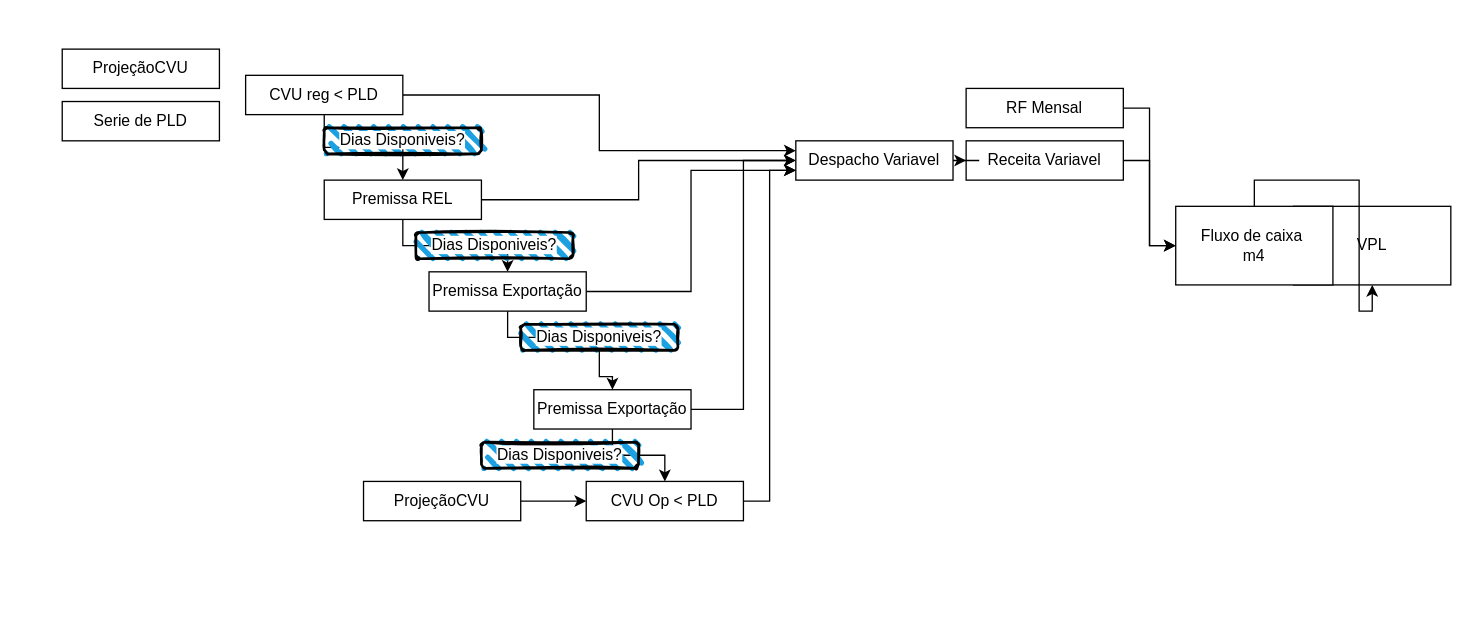
thais-alves-carvalho/thaisalves keeps this draw.io diagram as CO.drawio. Above is the earlier version. Source tidied: cells renumbered, new cells numbered last; positions are measured from the earlier drawing's top-left corner, leaving out a move shared by most shapes. Both pictures are drawn from the tidied source at 131%, with x=0, y=0 at pixel (62, 48).
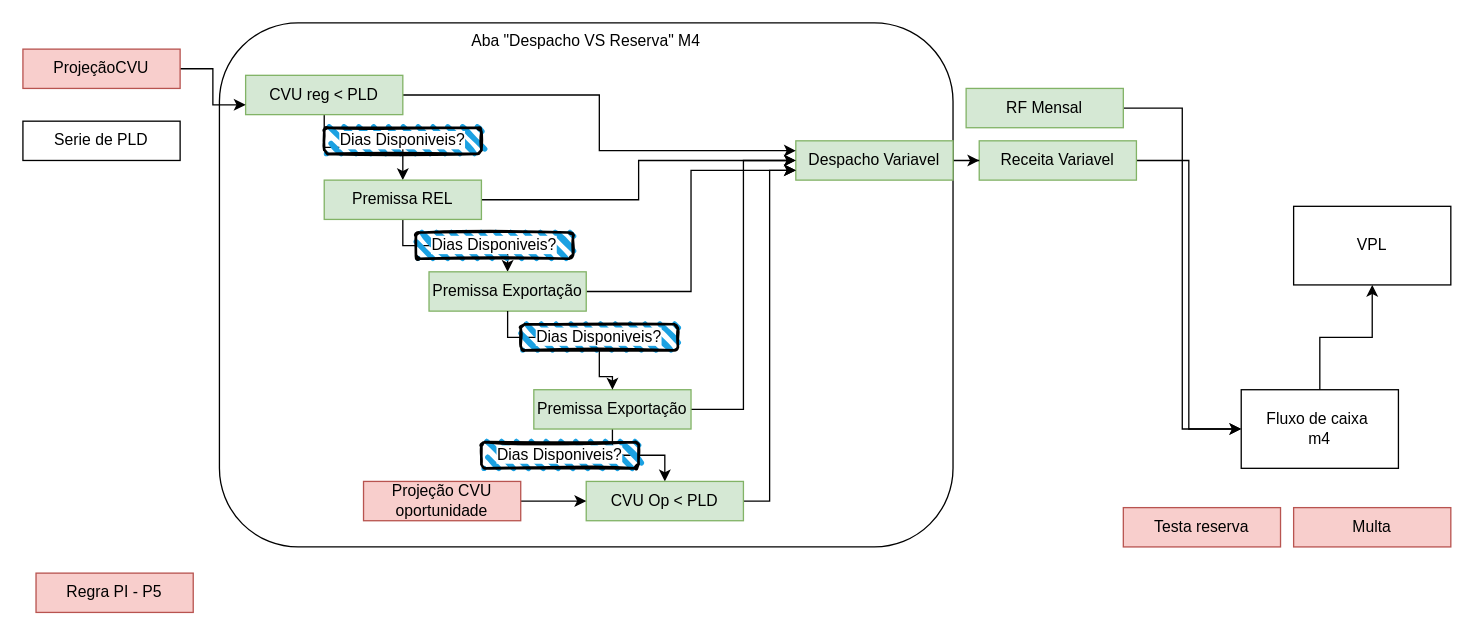
The same page after the edit.

Change to the diagram source:
```diff
@@
+    <mxCell id="34" value="Aba &quot;Despacho VS Reserva&quot; M4" style="rounded=1;whiteSpace=wrap;html=1;verticalAlign=top;" parent="1" vertex="1">
+      <mxGeometry x="120" y="-20" width="560" height="400" as="geometry" />
+    </mxCell>
@@
     <mxCell id="4" value="Fluxo de caixa&amp;nbsp;&lt;div&gt;m4&lt;/div&gt;" style="rounded=0;whiteSpace=wrap;html=1;" parent="1" vertex="1">
-      <mxGeometry x="850" y="120" width="120" height="60" as="geometry" />
+      <mxGeometry x="900" y="260" width="120" height="60" as="geometry" />
     </mxCell>
@@
-    <mxCell id="6" value="RF Mensal" style="rounded=0;whiteSpace=wrap;html=1;" parent="1" vertex="1">
+    <mxCell id="6" value="RF Mensal" style="rounded=0;whiteSpace=wrap;html=1;fillColor=#d5e8d4;strokeColor=#82b366;" parent="1" vertex="1">
       <mxGeometry x="690" y="30" width="120" height="30" as="geometry" />
     </mxCell>
@@
-    <mxCell id="8" value="Receita Variavel" style="rounded=0;whiteSpace=wrap;html=1;" parent="1" vertex="1">
-      <mxGeometry x="690" y="70" width="120" height="30" as="geometry" />
+    <mxCell id="8" value="Receita Variavel" style="rounded=0;whiteSpace=wrap;html=1;fillColor=#d5e8d4;strokeColor=#82b366;" parent="1" vertex="1">
+      <mxGeometry x="700" y="70" width="120" height="30" as="geometry" />
     </mxCell>
@@
-    <mxCell id="10" value="Despacho Variavel" style="rounded=0;whiteSpace=wrap;html=1;" parent="1" vertex="1">
+    <mxCell id="10" value="Despacho Variavel" style="rounded=0;whiteSpace=wrap;html=1;fillColor=#d5e8d4;strokeColor=#82b366;" parent="1" vertex="1">
       <mxGeometry x="560" y="70" width="120" height="30" as="geometry" />
     </mxCell>
@@
-    <mxCell id="13" value="CVU reg &amp;lt; PLD" style="rounded=0;whiteSpace=wrap;html=1;" parent="1" vertex="1">
+    <mxCell id="13" value="CVU reg &amp;lt; PLD" style="rounded=0;whiteSpace=wrap;html=1;fillColor=#d5e8d4;strokeColor=#82b366;" parent="1" vertex="1">
       <mxGeometry x="140" y="20" width="120" height="30" as="geometry" />
     </mxCell>
@@
-    <mxCell id="16" value="Premissa REL" style="rounded=0;whiteSpace=wrap;html=1;" parent="1" vertex="1">
+    <mxCell id="16" value="Premissa REL" style="rounded=0;whiteSpace=wrap;html=1;fillColor=#d5e8d4;strokeColor=#82b366;" parent="1" vertex="1">
       <mxGeometry x="200" y="100" width="120" height="30" as="geometry" />
     </mxCell>
@@
-    <mxCell id="18" value="Premissa Exportação" style="rounded=0;whiteSpace=wrap;html=1;" parent="1" vertex="1">
+    <mxCell id="18" value="Premissa Exportação" style="rounded=0;whiteSpace=wrap;html=1;fillColor=#d5e8d4;strokeColor=#82b366;" parent="1" vertex="1">
       <mxGeometry x="280" y="170" width="120" height="30" as="geometry" />
     </mxCell>
@@
-    <mxCell id="21" value="Premissa Exportação" style="rounded=0;whiteSpace=wrap;html=1;" parent="1" vertex="1">
+    <mxCell id="21" value="Premissa Exportação" style="rounded=0;whiteSpace=wrap;html=1;fillColor=#d5e8d4;strokeColor=#82b366;" parent="1" vertex="1">
       <mxGeometry x="360" y="260" width="120" height="30" as="geometry" />
     </mxCell>
@@
+    <mxCell id="35" style="edgeStyle=orthogonalEdgeStyle;rounded=0;jettySize=auto;html=1;entryX=0;entryY=0.75;entryDx=0;entryDy=0;" parent="1" edge="1" source="27" target="13">
+      <mxGeometry relative="1" as="geometry" />
+    </mxCell>
-    <mxCell id="27" value="ProjeçãoCVU" style="rounded=0;whiteSpace=wrap;html=1;" parent="1" vertex="1">
-      <mxGeometry width="120" height="30" as="geometry" />
+    <mxCell id="27" value="ProjeçãoCVU" style="rounded=0;whiteSpace=wrap;html=1;fillColor=#f8cecc;strokeColor=#b85450;" parent="1" vertex="1">
+      <mxGeometry x="-30" width="120" height="30" as="geometry" />
     </mxCell>
     <mxCell id="28" value="Serie de PLD" style="rounded=0;whiteSpace=wrap;html=1;" parent="1" vertex="1">
-      <mxGeometry y="40" width="120" height="30" as="geometry" />
+      <mxGeometry x="-30" y="55" width="120" height="30" as="geometry" />
     </mxCell>
@@
-    <mxCell id="30" value="CVU Op &amp;lt; PLD" style="rounded=0;whiteSpace=wrap;html=1;" parent="1" vertex="1">
+    <mxCell id="30" value="CVU Op &amp;lt; PLD" style="rounded=0;whiteSpace=wrap;html=1;fillColor=#d5e8d4;strokeColor=#82b366;" parent="1" vertex="1">
       <mxGeometry x="400" y="330" width="120" height="30" as="geometry" />
     </mxCell>
@@
-    <mxCell id="33" value="ProjeçãoCVU" style="rounded=0;whiteSpace=wrap;html=1;" parent="1" vertex="1">
+    <mxCell id="33" value="Projeção CVU&lt;div&gt;oportunidade&lt;/div&gt;" style="rounded=0;whiteSpace=wrap;html=1;fillColor=#f8cecc;strokeColor=#b85450;" parent="1" vertex="1">
       <mxGeometry x="230" y="330" width="120" height="30" as="geometry" />
     </mxCell>
+    <mxCell id="36" value="Testa reserva" style="rounded=0;whiteSpace=wrap;html=1;fillColor=#f8cecc;strokeColor=#b85450;" parent="1" vertex="1">
+      <mxGeometry x="810" y="350" width="120" height="30" as="geometry" />
+    </mxCell>
+    <mxCell id="37" value="Multa" style="rounded=0;whiteSpace=wrap;html=1;fillColor=#f8cecc;strokeColor=#b85450;" parent="1" vertex="1">
+      <mxGeometry x="940" y="350" width="120" height="30" as="geometry" />
+    </mxCell>
+    <mxCell id="38" value="Regra PI - P5" style="rounded=0;whiteSpace=wrap;html=1;fillColor=#f8cecc;strokeColor=#b85450;" parent="1" vertex="1">
+      <mxGeometry x="-20" y="400" width="120" height="30" as="geometry" />
+    </mxCell>
```
